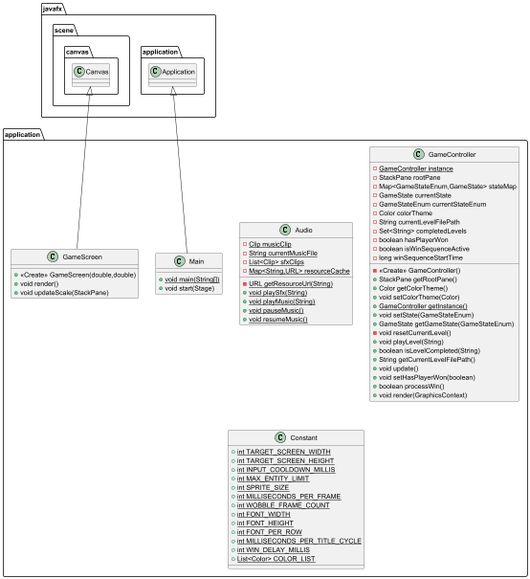
Above: src/main/resources/UML/applicationUML.png in Bookdodo5/baba-extend-you (PlantUML), before the change.
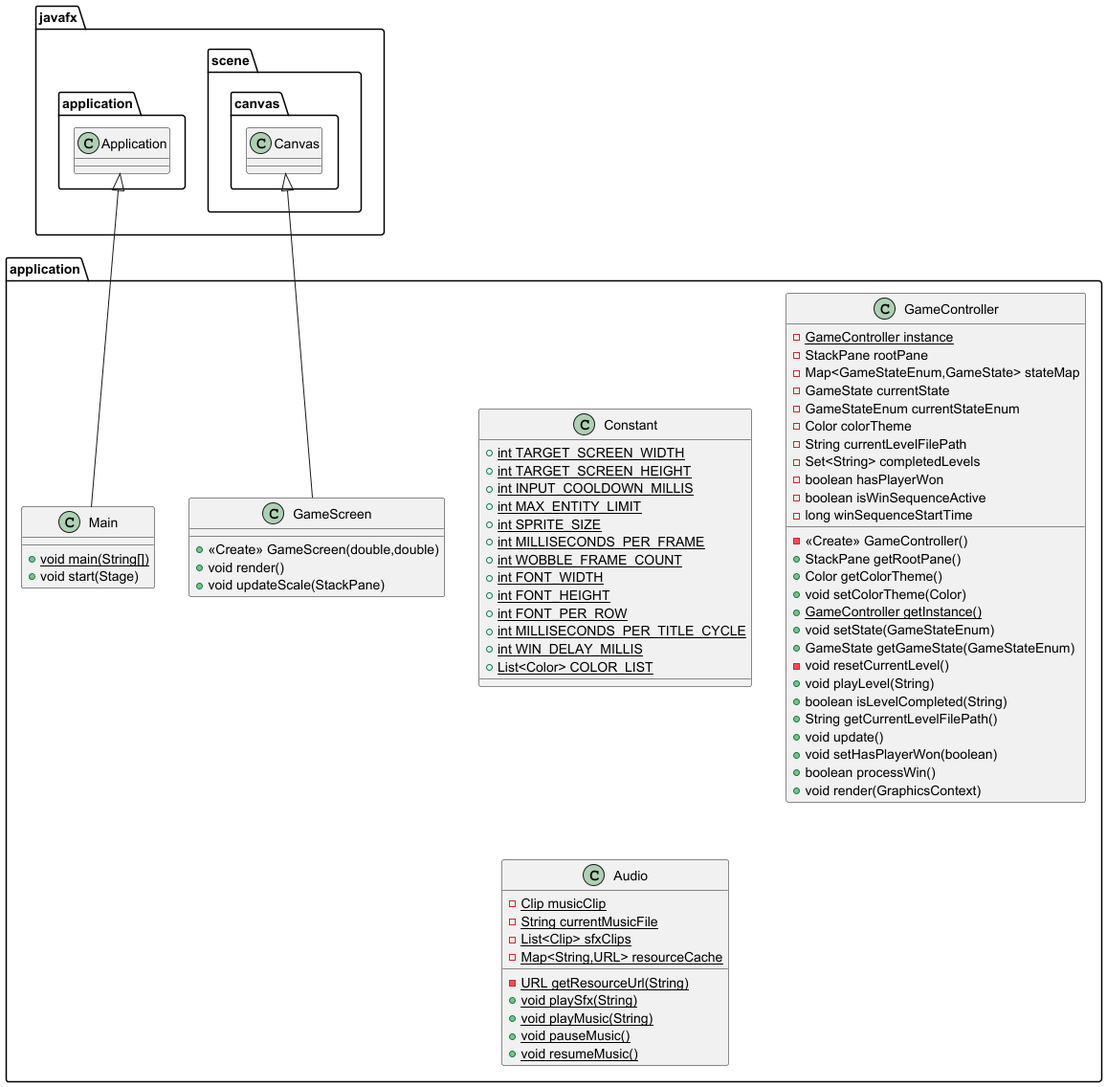
The same file after the commit.

Commit message:
Fix: fix UML blur

The edit, as a diff of the source:
```diff
@@ -1,16 +1,19 @@
 @startuml
-class application.Audio {
-- {static} Clip musicClip
-- {static} String currentMusicFile
-- {static} List<Clip> sfxClips
-- {static} Map<String,URL> resourceCache
-- {static} URL getResourceUrl(String)
-+ {static} void playSfx(String)
-+ {static} void playMusic(String)
-+ {static} void pauseMusic()
-+ {static} void resumeMusic()
+class application.Constant {
++ {static} int TARGET_SCREEN_WIDTH
++ {static} int TARGET_SCREEN_HEIGHT
++ {static} int INPUT_COOLDOWN_MILLIS
++ {static} int MAX_ENTITY_LIMIT
++ {static} int SPRITE_SIZE
++ {static} int MILLISECONDS_PER_FRAME
++ {static} int WOBBLE_FRAME_COUNT
++ {static} int FONT_WIDTH
++ {static} int FONT_HEIGHT
++ {static} int FONT_PER_ROW
++ {static} int MILLISECONDS_PER_TITLE_CYCLE
++ {static} int WIN_DELAY_MILLIS
++ {static} List<Color> COLOR_LIST
 }
-
 
 class application.GameController {
 - {static} GameController instance
@@ -42,35 +45,32 @@
 }
 
 
-class application.Constant {
-+ {static} int TARGET_SCREEN_WIDTH
-+ {static} int TARGET_SCREEN_HEIGHT
-+ {static} int INPUT_COOLDOWN_MILLIS
-+ {static} int MAX_ENTITY_LIMIT
-+ {static} int SPRITE_SIZE
-+ {static} int MILLISECONDS_PER_FRAME
-+ {static} int WOBBLE_FRAME_COUNT
-+ {static} int FONT_WIDTH
-+ {static} int FONT_HEIGHT
-+ {static} int FONT_PER_ROW
-+ {static} int MILLISECONDS_PER_TITLE_CYCLE
-+ {static} int WIN_DELAY_MILLIS
-+ {static} List<Color> COLOR_LIST
+class application.GameScreen {
++ <<Create>> GameScreen(double,double)
++ void render()
++ void updateScale(StackPane)
 }
+
+class application.Audio {
+- {static} Clip musicClip
+- {static} String currentMusicFile
+- {static} List<Clip> sfxClips
+- {static} Map<String,URL> resourceCache
+- {static} URL getResourceUrl(String)
++ {static} void playSfx(String)
++ {static} void playMusic(String)
++ {static} void pauseMusic()
++ {static} void resumeMusic()
+}
+
 
 class application.Main {
 + {static} void main(String[])
 + void start(Stage)
 }
 
-class application.GameScreen {
-+ <<Create>> GameScreen(double,double)
-+ void render()
-+ void updateScale(StackPane)
-}
 
 
-
+javafx.scene.canvas.Canvas <|-- application.GameScreen
 javafx.application.Application <|-- application.Main
-javafx.scene.canvas.Canvas <|-- application.GameScreen
 @enduml
```
